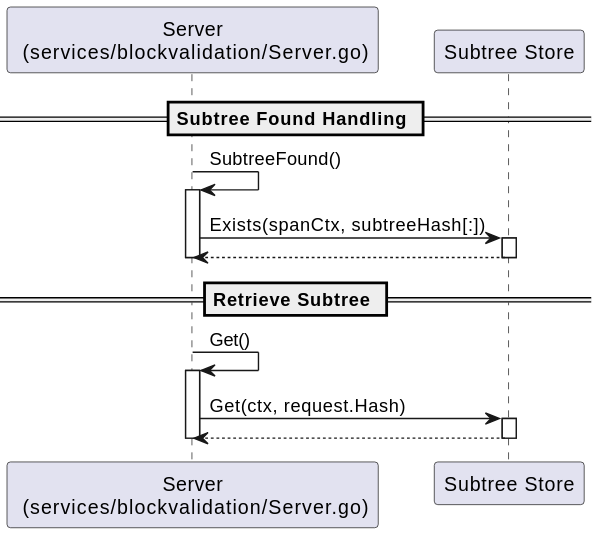
Before: docs/services/img/plantuml/blobserver/blob_server_block_validation_addendum.svg, a diagram exported from PlantUML (freemans13/teranode). Its source is kept beside it as docs/services/img/plantuml/blobserver/blob_server_block_validation_addendum.puml.
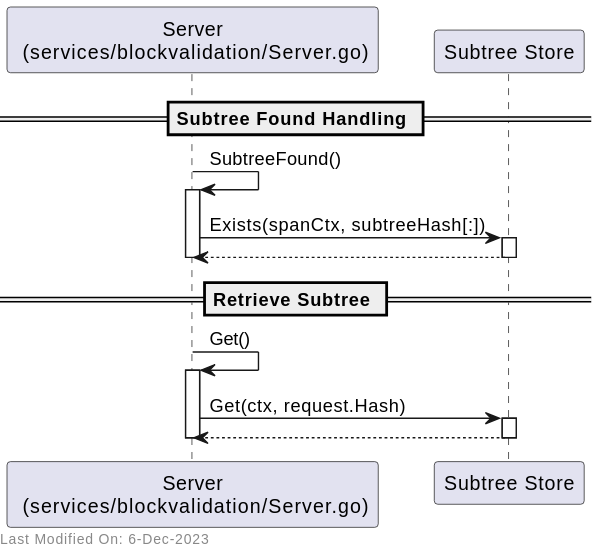
After the commit.

Change to the diagram source:
```diff
@@ -21,4 +21,6 @@
 deactivate SubtreeStore
 deactivate Server
 
+left footer Last Modified On: 6-Dec-2023
+
 @enduml
```
